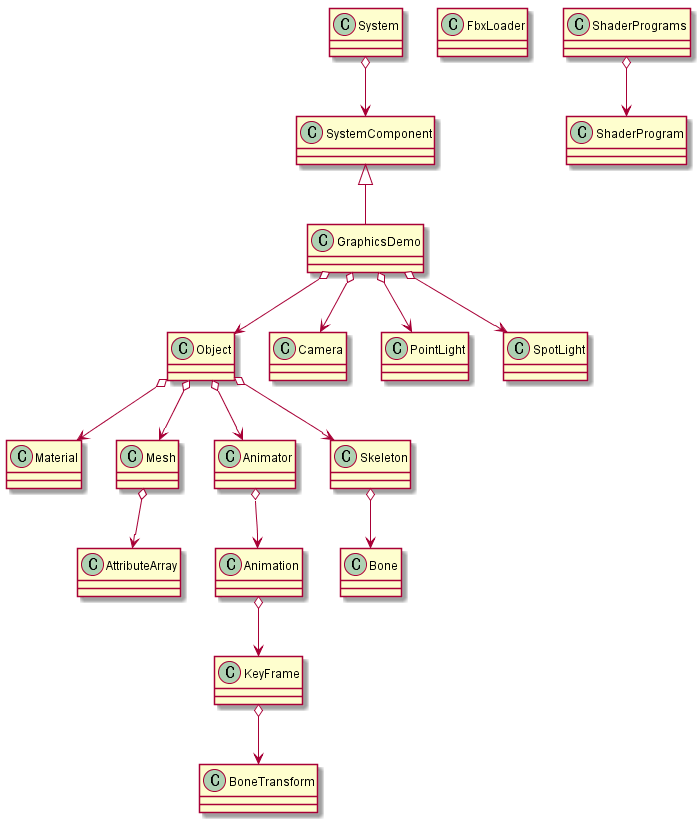
The PlantUML diagram Documentation/Diagram.png in kg1992/GraphicsDemo, before a commit. The source it was exported from:
```plantuml
@startuml

class System
class SystemComponent
class GraphicsDemo
class Material
class Object
class Mesh
class Animator
class FbxLoader
class AttributeArray
class Camera
class Skeleton
class ShaderProgram
class ShaderPrograms
class PointLight
class SpotLight

class Animation
class KeyFrame
class BoneTransform

System o--> SystemComponent
SystemComponent <|-- GraphicsDemo
GraphicsDemo o--> Object
GraphicsDemo o--> Camera
GraphicsDemo o--> PointLight
GraphicsDemo o--> SpotLight

ShaderPrograms o--> ShaderProgram

Object o--> Animator
Object o--> Material
Object o--> Mesh
Object o--> Skeleton

Mesh o--> AttributeArray

Animator o--> Animation
Animation o--> KeyFrame
KeyFrame o--> BoneTransform
Skeleton o--> Bone
@enduml
```
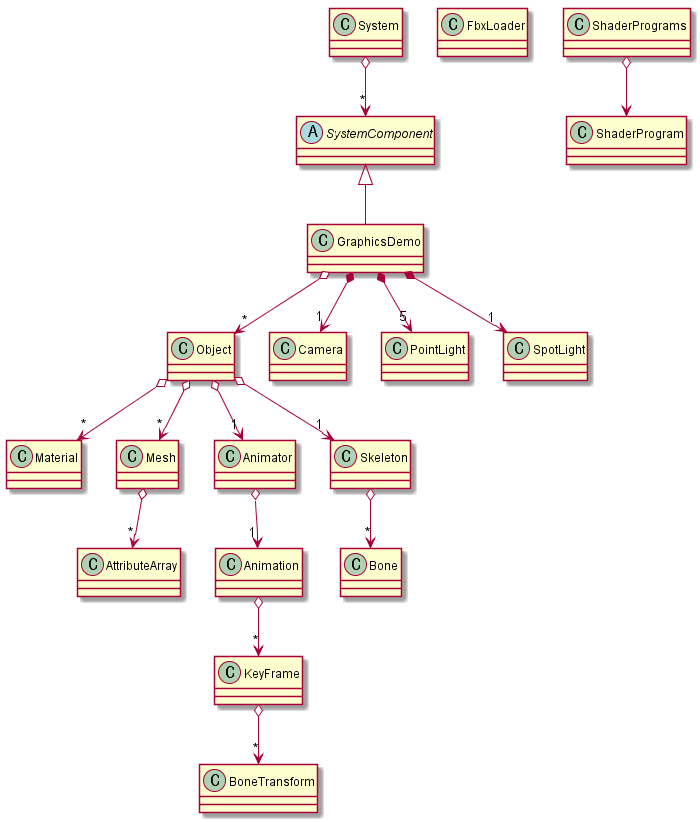
The same file after the commit.

Commit message:
FbxLoader will save NormalMap to Material.

Diff of the diagram source:
```diff
@@ -1,7 +1,7 @@
 @startuml
 
 class System
-class SystemComponent
+abstract class SystemComponent
 class GraphicsDemo
 class Material
 class Object
@@ -20,24 +20,25 @@
 class KeyFrame
 class BoneTransform
 
-System o--> SystemComponent
+System o--> "*" SystemComponent
 SystemComponent <|-- GraphicsDemo
-GraphicsDemo o--> Object
-GraphicsDemo o--> Camera
-GraphicsDemo o--> PointLight
-GraphicsDemo o--> SpotLight
+GraphicsDemo o--> "*" Object
+GraphicsDemo *--> "1" Camera
+GraphicsDemo *--> "5" PointLight
+GraphicsDemo *--> "1" SpotLight
 
 ShaderPrograms o--> ShaderProgram
 
-Object o--> Animator
-Object o--> Material
-Object o--> Mesh
-Object o--> Skeleton
+Object o--> "1" Animator
+Object o--> "*" Material
+Object o--> "*" Mesh
+Object o--> "1" Skeleton
 
-Mesh o--> AttributeArray
+Mesh o--> "*" AttributeArray
 
-Animator o--> Animation
-Animation o--> KeyFrame
-KeyFrame o--> BoneTransform
-Skeleton o--> Bone
+Animator o--> "1" Animation
+Animation o--> "*" KeyFrame
+KeyFrame o--> "*" BoneTransform
+Skeleton o--> "*" Bone
+
 @enduml
```
